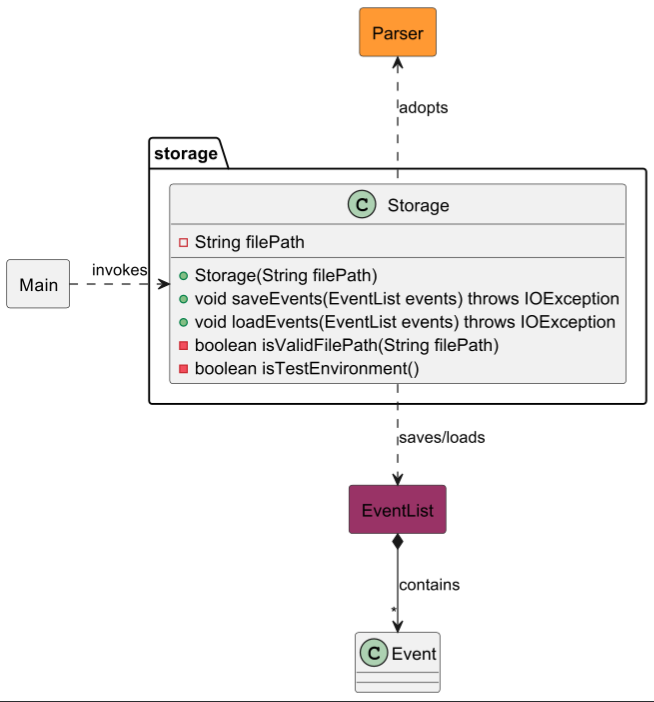
nus-cs2113-AY2425S1/tp keeps this PlantUML diagram as docs/images/StorageClassDiagram.png. Above is the earlier version. Its source is kept beside it as docs/diagrams/StorageClassDiagram.puml.
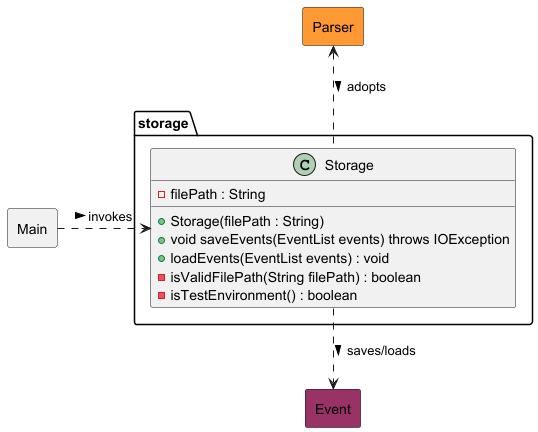
The same diagram one commit later.

Diff of the diagram source:
```diff
@@ -4,22 +4,21 @@
 
 package storage {
     class Storage {
-        - String filePath
-        + Storage(String filePath)
+        - filePath : String
+        + Storage(filePath : String)
         + void saveEvents(EventList events) throws IOException
-        + void loadEvents(EventList events) throws IOException
-        - boolean isValidFilePath(String filePath)
-        - boolean isTestEnvironment()
+        + loadEvents(EventList events) : void
+        - isValidFilePath(String filePath) : boolean
+        - isTestEnvironment() : boolean
     }
 }
 
 rectangle Main
-rectangle EventList EVENT_COLOUR
+rectangle Event EVENT_COLOUR
 rectangle Parser PARSER_COLOUR
 
-Storage ..> EventList : saves/loads
-Parser <.. Storage : adopts
-EventList *--> "*" Event : contains
-Main .> Storage : invokes
+Storage ..> Event : saves/loads >
+Parser <.. Storage : < adopts
+Main .> Storage : invokes >
 
 @enduml
```
